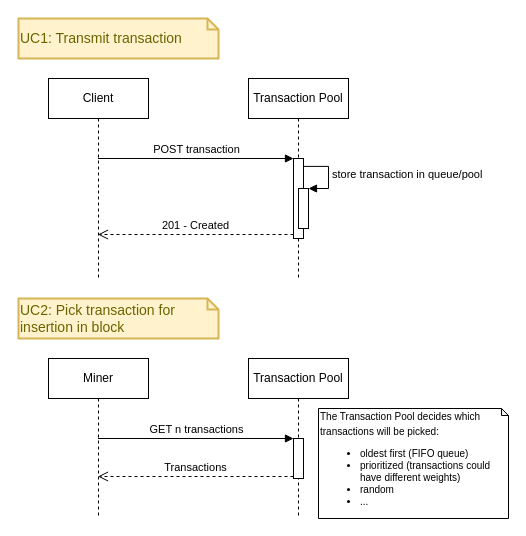
Before: page "Runtime View" (2 of 3) of dummy-blockchain-arc.drawio in philohsophy/blockchain-demo, a draw.io diagram. Source tidied: cells renumbered, new cells numbered last; positions are measured from the earlier drawing's top-left corner, leaving out a move shared by most shapes. Both pictures are drawn from the tidied source at 100%, with x=0, y=0 at pixel (18, 18).
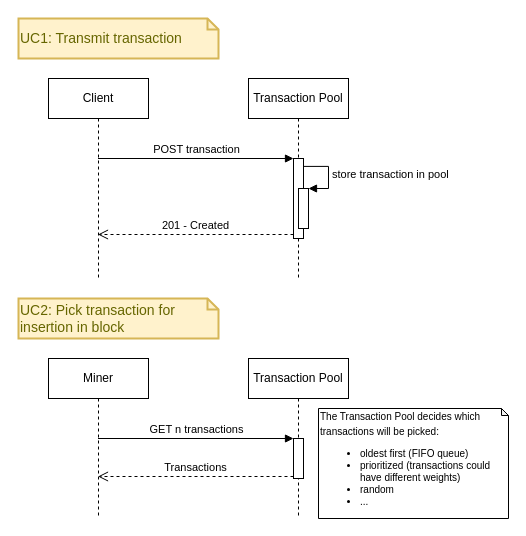
The same page after the edit.

Diff of the diagram source:
```diff
@@
 <mxGraphModel>
   <root>
     <mxCell id="0" />
     <mxCell id="1" parent="0" />
     <mxCell id="2" value="UC1: Transmit transaction" style="shape=note;strokeWidth=2;fontSize=14;size=11;whiteSpace=wrap;html=1;fillColor=#fff2cc;strokeColor=#d6b656;fontColor=#666600;align=left;" parent="1" vertex="1">
       <mxGeometry width="200" height="40" as="geometry" />
     </mxCell>
     <mxCell id="3" value="Client" style="shape=umlLifeline;perimeter=lifelinePerimeter;whiteSpace=wrap;html=1;outlineConnect=0;" parent="1" vertex="1">
       <mxGeometry x="30" y="60" width="100" height="200" as="geometry" />
     </mxCell>
     <mxCell id="4" value="Transaction Pool" style="shape=umlLifeline;perimeter=lifelinePerimeter;whiteSpace=wrap;html=1;" parent="1" vertex="1">
       <mxGeometry x="230" y="60" width="100" height="200" as="geometry" />
     </mxCell>
     <mxCell id="5" style="html=1;points=[];perimeter=orthogonalPerimeter;" parent="4" vertex="1">
       <mxGeometry x="45" y="80" width="10" height="80" as="geometry" />
     </mxCell>
     <mxCell id="6" value="POST transaction" style="html=1;verticalAlign=bottom;endArrow=block;entryX=0;entryY=0;" parent="1" edge="1" source="3" target="5">
       <mxGeometry relative="1" as="geometry" />
     </mxCell>
     <mxCell id="7" value="201 - Created" style="html=1;verticalAlign=bottom;endArrow=open;dashed=1;endSize=8;exitX=0;exitY=0.95;" parent="1" edge="1" source="5" target="3">
       <mxGeometry relative="1" as="geometry" />
     </mxCell>
     <mxCell id="8" style="html=1;points=[];perimeter=orthogonalPerimeter;" parent="1" vertex="1">
       <mxGeometry x="280" y="170" width="10" height="40" as="geometry" />
     </mxCell>
-    <mxCell id="9" value="store transaction in queue/pool" style="edgeStyle=orthogonalEdgeStyle;html=1;align=left;spacingLeft=2;endArrow=block;rounded=0;entryX=1;entryY=0;exitX=0.956;exitY=0.099;exitDx=0;exitDy=0;exitPerimeter=0;" parent="1" edge="1" source="5" target="8">
+    <mxCell id="9" value="store transaction in pool" style="edgeStyle=orthogonalEdgeStyle;html=1;align=left;spacingLeft=2;endArrow=block;rounded=0;entryX=1;entryY=0;exitX=0.956;exitY=0.099;exitDx=0;exitDy=0;exitPerimeter=0;" parent="1" edge="1" source="5" target="8">
       <mxGeometry relative="1" as="geometry">
         <Array as="points">
           <mxPoint x="310" y="148" />
           <mxPoint x="310" y="170" />
         </Array>
       </mxGeometry>
     </mxCell>
     <mxCell id="10" value="UC2: Pick transaction for insertion in block" style="shape=note;strokeWidth=2;fontSize=14;size=11;whiteSpace=wrap;html=1;fillColor=#fff2cc;strokeColor=#d6b656;fontColor=#666600;align=left;" parent="1" vertex="1">
       <mxGeometry y="280" width="200" height="40" as="geometry" />
     </mxCell>
     <mxCell id="11" value="Transaction Pool" style="shape=umlLifeline;perimeter=lifelinePerimeter;whiteSpace=wrap;html=1;" parent="1" vertex="1">
       <mxGeometry x="230" y="340" width="100" height="160" as="geometry" />
     </mxCell>
     <mxCell id="12" style="html=1;points=[];perimeter=orthogonalPerimeter;" parent="11" vertex="1">
       <mxGeometry x="45" y="80" width="10" height="40" as="geometry" />
     </mxCell>
     <mxCell id="13" value="Miner" style="shape=umlLifeline;perimeter=lifelinePerimeter;whiteSpace=wrap;html=1;outlineConnect=0;" parent="1" vertex="1">
       <mxGeometry x="30" y="340" width="100" height="160" as="geometry" />
     </mxCell>
     <mxCell id="14" value="GET n transactions" style="html=1;verticalAlign=bottom;endArrow=block;entryX=0;entryY=0;" parent="1" edge="1" source="13" target="12">
       <mxGeometry relative="1" as="geometry" />
     </mxCell>
     <mxCell id="15" value="Transactions" style="html=1;verticalAlign=bottom;endArrow=open;dashed=1;endSize=8;exitX=0;exitY=0.95;" parent="1" edge="1" source="12" target="13">
       <mxGeometry relative="1" as="geometry" />
     </mxCell>
     <mxCell id="16" value="&lt;span style=&quot;font-size: 10px&quot;&gt;The Transaction Pool decides which transactions will be picked:&lt;br&gt;&lt;ul&gt;&lt;li&gt;oldest first (FIFO queue)&lt;/li&gt;&lt;li&gt;prioritized (transactions could have different weights)&lt;/li&gt;&lt;li&gt;random&lt;/li&gt;&lt;li&gt;...&lt;/li&gt;&lt;/ul&gt;&lt;/span&gt;" style="shape=note;whiteSpace=wrap;html=1;backgroundOutline=1;darkOpacity=0.05;size=7;align=left;" parent="1" vertex="1">
       <mxGeometry x="300" y="390" width="190" height="110" as="geometry" />
     </mxCell>
   </root>
 </mxGraphModel>
```
